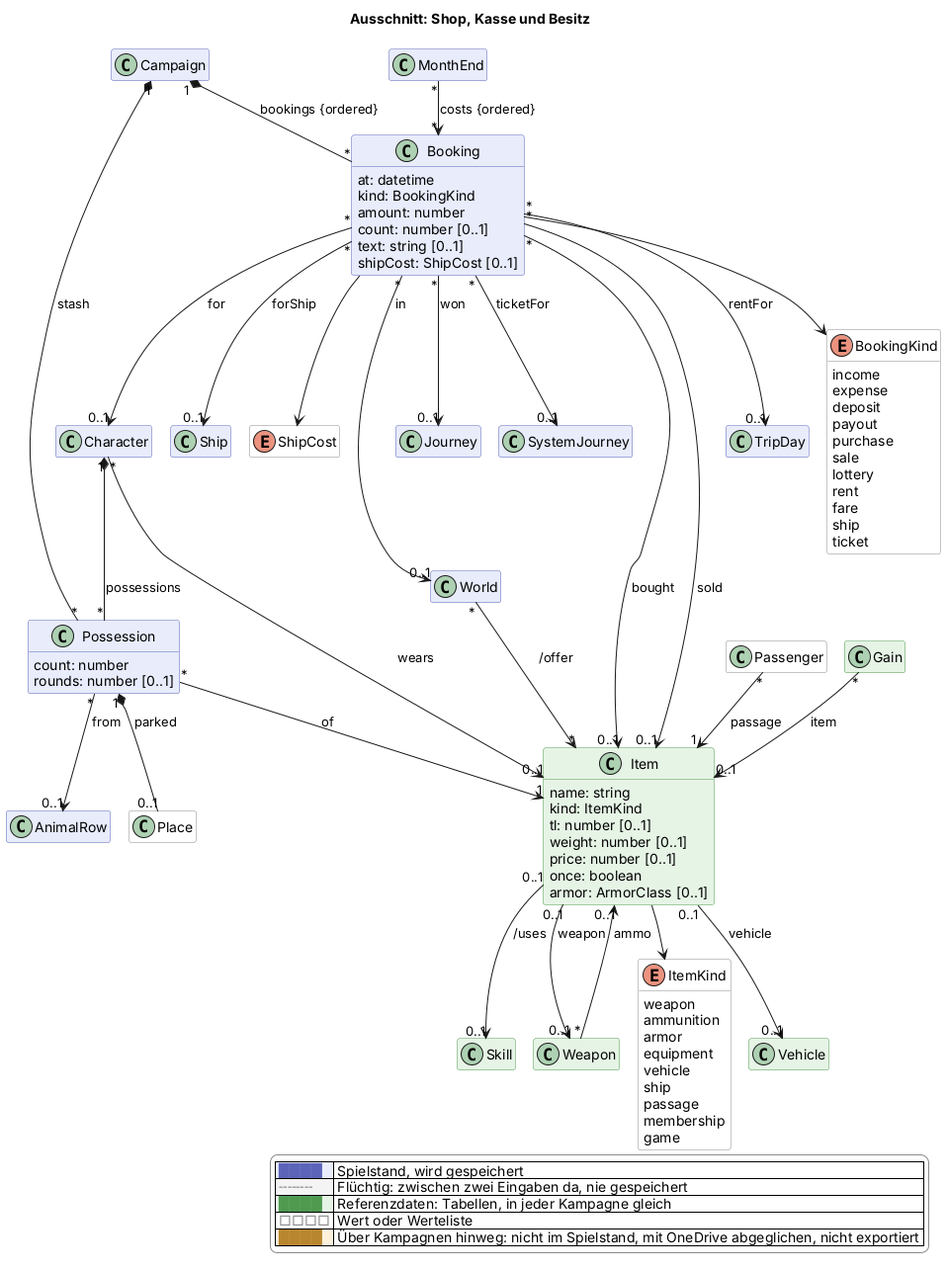
This is docs/views/shop.png from scuzzar/SRE, a PlantUML export, as it was before one commit.
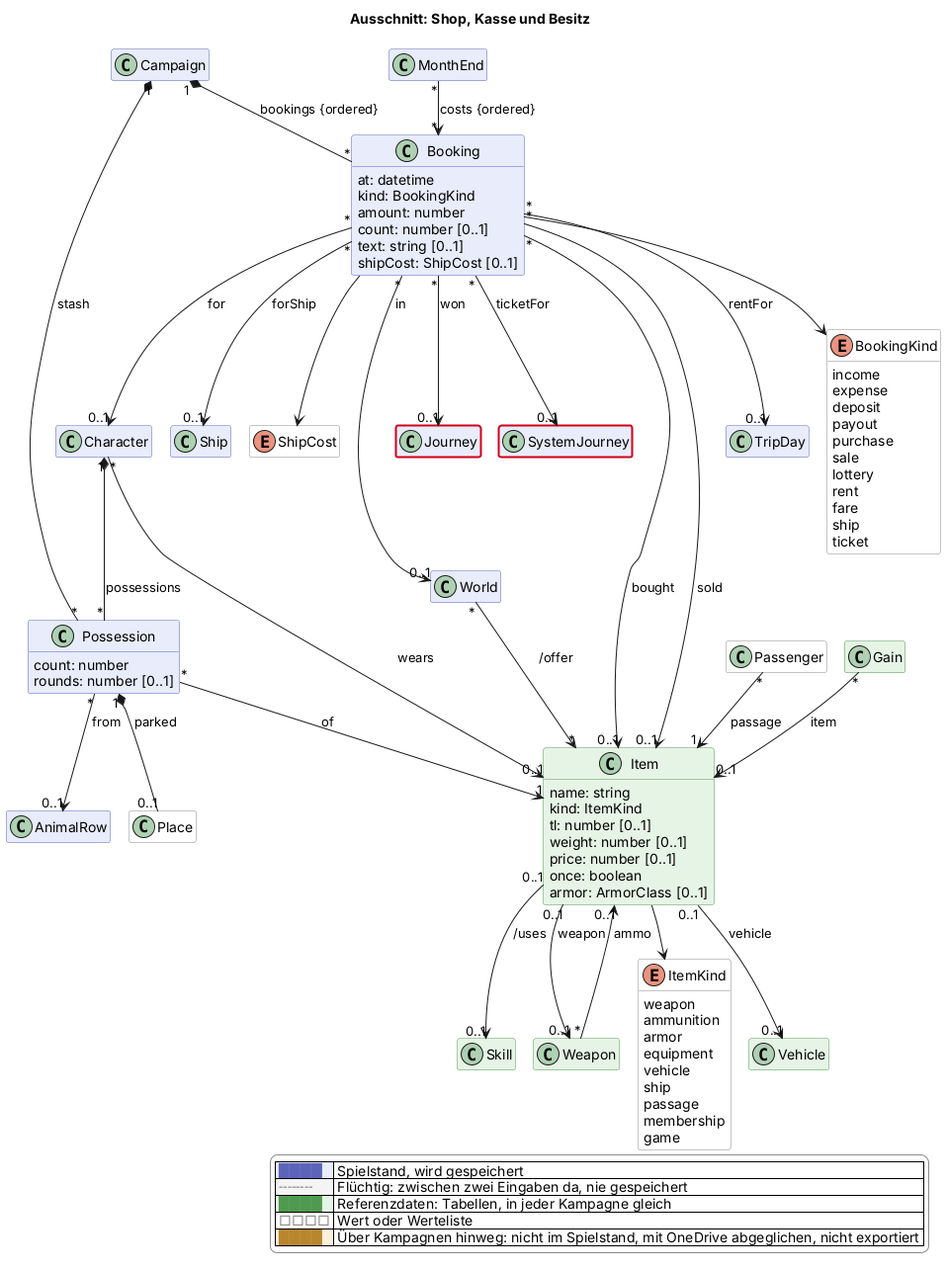
After the change.

What changed in the source:
```diff
@@ -188,4 +188,6 @@
   |<#ffffff> <color:#8a8a8a>□□□□</color> | Wert oder Werteliste |
   |<#fdf1dc> <color:#b8862e>████</color> | Über Kampagnen hinweg: nicht im Spielstand, mit OneDrive abgeglichen, nicht exportiert |
 endlegend
+class Journey #line:d0021b;line.bold
+class SystemJourney #line:d0021b;line.bold
 @enduml
```
